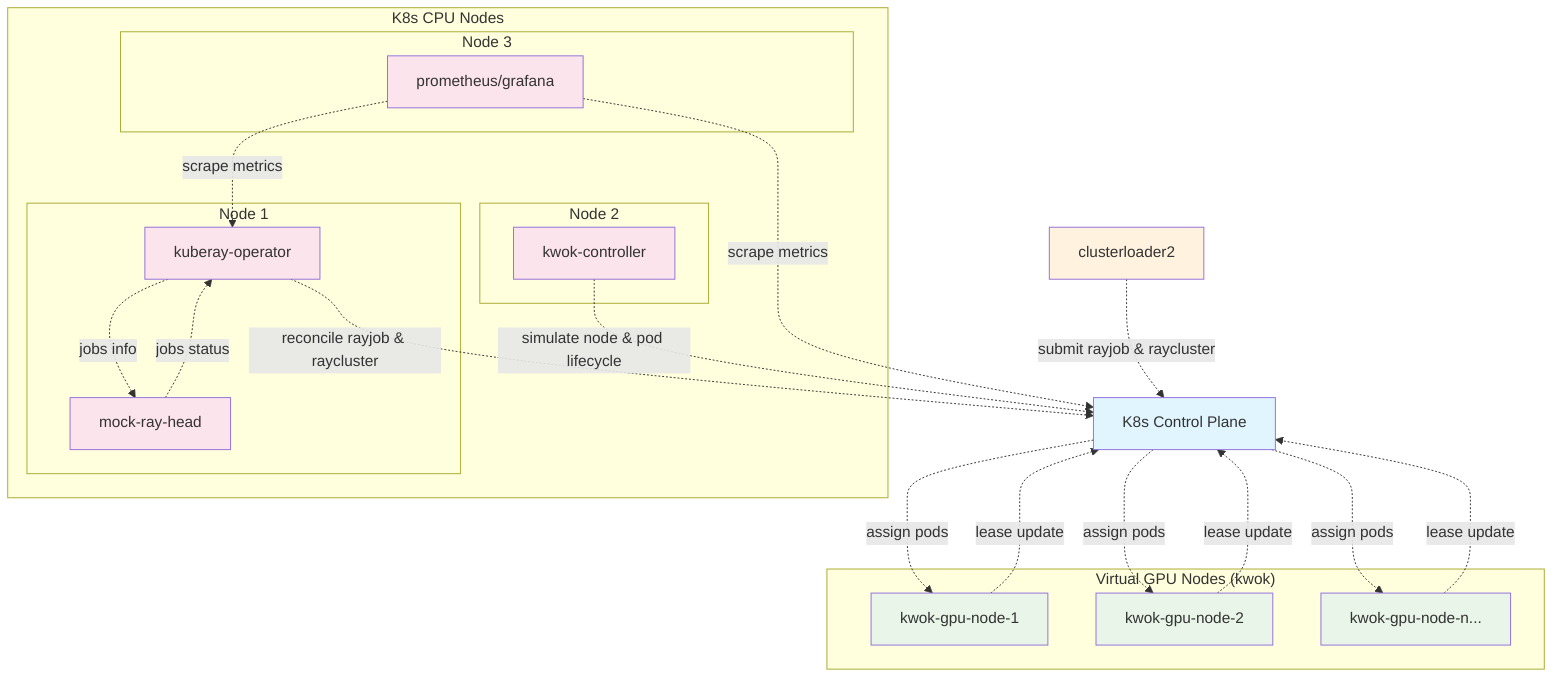
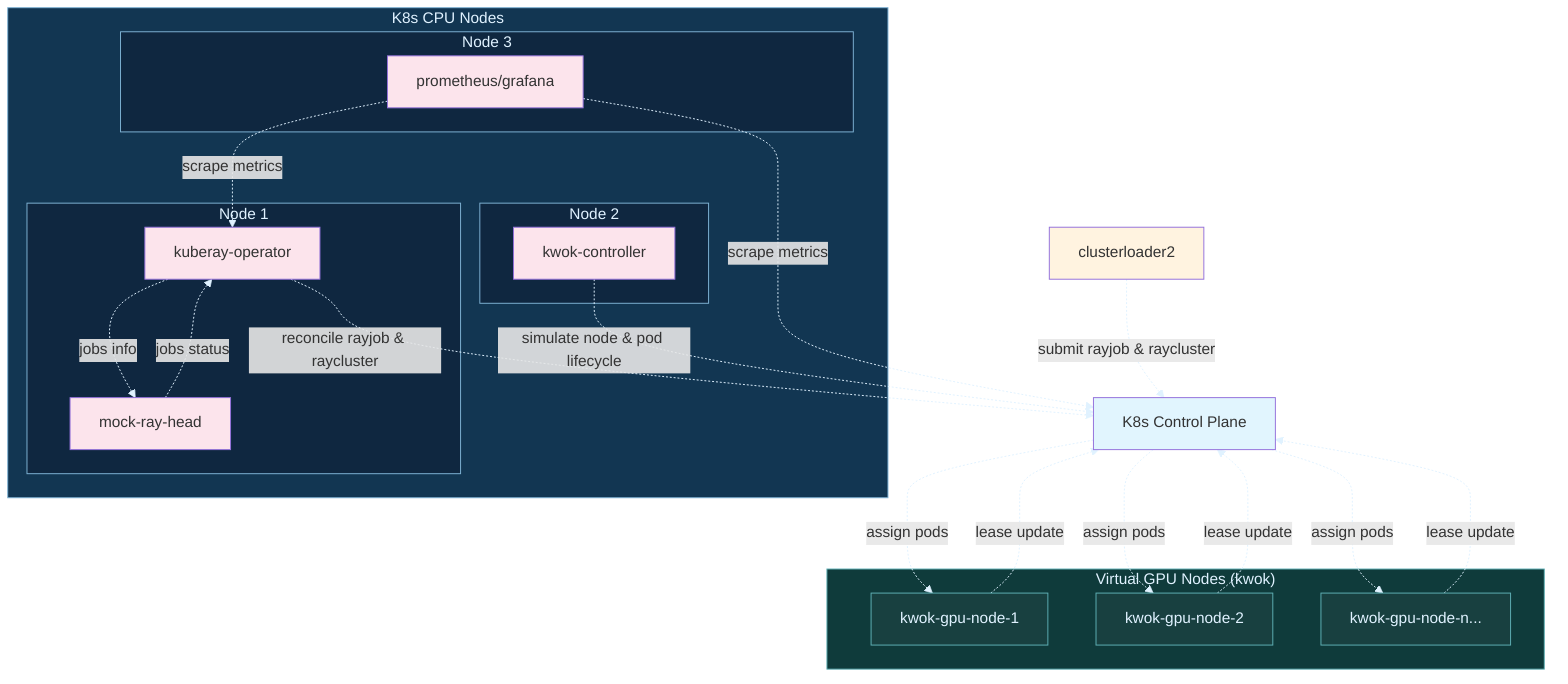
+ %%{init: {'themeVariables': {'background': '#294751', 'lineColor': '#e0f2ff'}}}%%
graph TB
    CP[K8s Control Plane]
    CL2[clusterloader2]

-     subgraph "K8s CPU Nodes"
-         subgraph "Node 1"
+     subgraph cp_cluster["K8s CPU Nodes"]
+         subgraph node1["Node 1"]
            KRO[kuberay-operator]
            MRH[mock-ray-head]
        end

-         subgraph "Node 2"
+         subgraph node2["Node 2"]
            KC[kwok-controller]
        end

-         subgraph "Node 3"
+         subgraph node3["Node 3"]
            PG[prometheus/grafana]
        end
    end

-     subgraph "Virtual GPU Nodes (kwok)"
+     subgraph gpu_cluster["Virtual GPU Nodes (kwok)"]
        GPU1[kwok-gpu-node-1]
        GPU2[kwok-gpu-node-2]
        GPUN[kwok-gpu-node-n...]
    end

    %% Job submission
    CL2 -.->|submit rayjob & raycluster| CP

    %% Control plane interactions (grouped together)
    KRO -.->|reconcile rayjob & raycluster| CP
    KC -.->|simulate node & pod lifecycle| CP
    CP -.->|assign pods| GPU1
    CP -.->|assign pods| GPU2
    CP -.->|assign pods| GPUN

    %% Node lifecycle management
    GPU1 -.->|lease update| CP
    GPU2 -.->|lease update| CP
    GPUN -.->|lease update| CP

    %% Job management (separate section)
    KRO -.->|jobs info| MRH
    MRH -.->|jobs status| KRO

    %% Metrics collection
    PG -.->|scrape metrics| KRO
    PG -.->|scrape metrics| CP

    classDef controlPlane fill:#e1f5fe
-     classDef cpuNode fill:#f3e5f5
-     classDef gpuNode fill:#e8f5e8
+     classDef cpuNode fill:#1f3a5b,stroke:#7fb3d5,color:#e0f2ff
+     classDef gpuNode fill:#184040,stroke:#5fb0b5,color:#e0f2ff
    classDef workload fill:#fff3e0
    classDef component fill:#fce4ec

    class CP controlPlane
    class KRO,KC,MRH,PG component
    class GPU1,GPU2,GPUN gpuNode
    class CL2 workload
+ 
+     style cp_cluster fill:#123652,stroke:#7fb3d5,color:#e0f2ff
+     style gpu_cluster fill:#0f3b3b,stroke:#5fb0b5,color:#e0f2ff
+     style node1 fill:#0f2740,stroke:#7fb3d5,color:#e0f2ff
+     style node2 fill:#0f2740,stroke:#7fb3d5,color:#e0f2ff
+     style node3 fill:#0f2740,stroke:#7fb3d5,color:#e0f2ff
